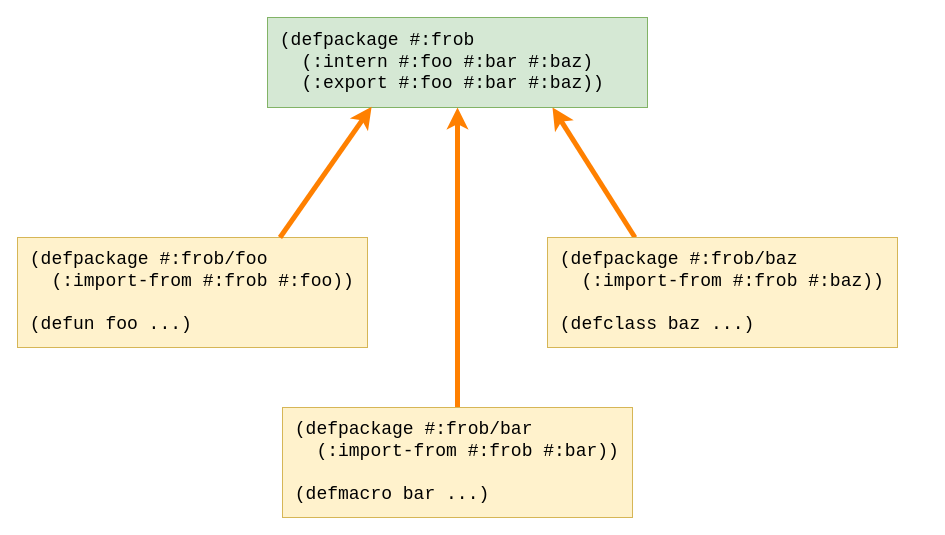
Above: page "implement" (2 of 2) of 2022-xx-xx-static-let/images.drawio in phoe/articles (draw.io), before the change. Source tidied: cells renumbered, new cells numbered last; positions are measured from the earlier drawing's top-left corner, leaving out a move shared by most shapes. Both pictures are drawn from the tidied source at 100%, with x=0, y=0 at pixel (17, 17).
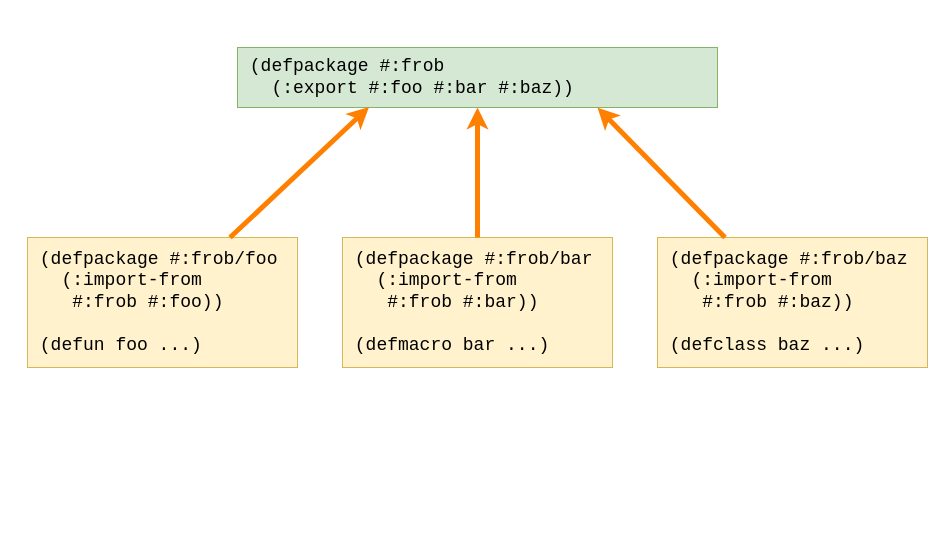
The same page after the edit.

What changed in the source:
```diff
@@
 <mxGraphModel>
   <root>
-    <mxCell id="0" />
-    <mxCell id="1" parent="0" />
-    <mxCell id="2" value="&lt;div style=&quot;font-size: 18px&quot;&gt;&amp;nbsp;(defpackage #:frob&lt;/div&gt;&lt;div style=&quot;font-size: 18px&quot;&gt;&amp;nbsp;&amp;nbsp; (:intern #:foo #:bar #:baz)&lt;div style=&quot;font-size: 18px&quot;&gt;&amp;nbsp;&amp;nbsp; (:export #:foo #:bar #:baz))&lt;/div&gt;&lt;/div&gt;" style="rounded=0;whiteSpace=wrap;html=1;align=left;fontFamily=Courier New;fontStyle=0;fontSize=18;fillColor=#d5e8d4;strokeColor=#82b366;" parent="1" vertex="1">
-      <mxGeometry x="250" width="380" height="90" as="geometry" />
-    </mxCell>
+    <mxCell id="9" />
+    <mxCell id="10" parent="9" />
+    <mxCell id="11" value="&lt;div style=&quot;font-size: 18px&quot;&gt;&amp;nbsp;(defpackage #:frob&lt;br&gt;&lt;div style=&quot;font-size: 18px&quot;&gt;&amp;nbsp;&amp;nbsp; (:export #:foo #:bar #:baz))&lt;/div&gt;&lt;/div&gt;" style="rounded=0;whiteSpace=wrap;html=1;align=left;fontFamily=Courier New;fontStyle=0;fontSize=18;fillColor=#d5e8d4;strokeColor=#82b366;" parent="10" vertex="1">
+      <mxGeometry x="220" y="30" width="480" height="60" as="geometry" />
+    </mxCell>
-    <mxCell id="3" value="&lt;div style=&quot;font-size: 18px&quot;&gt;&amp;nbsp;(defpackage #:frob/foo&lt;/div&gt;&lt;div style=&quot;font-size: 18px&quot;&gt;&amp;nbsp;&amp;nbsp; (:import-from #:frob #:foo))&lt;div style=&quot;font-size: 18px&quot;&gt;&lt;br&gt;&lt;/div&gt;&lt;div style=&quot;font-size: 18px&quot;&gt;&amp;nbsp;(defun foo ...)&lt;br&gt;&lt;/div&gt;&lt;/div&gt;" style="rounded=0;whiteSpace=wrap;html=1;align=left;fontFamily=Courier New;fontStyle=0;fontSize=18;fillColor=#fff2cc;strokeColor=#d6b656;" parent="1" vertex="1">
-      <mxGeometry y="220" width="350" height="110" as="geometry" />
+    <mxCell id="3" value="&lt;div style=&quot;font-size: 18px&quot;&gt;&amp;nbsp;(defpackage #:frob/foo&lt;div style=&quot;font-size: 18px&quot;&gt;&amp;nbsp;&amp;nbsp; (:import-from&lt;/div&gt;&lt;div style=&quot;font-size: 18px&quot;&gt;&amp;nbsp;&amp;nbsp;&amp;nbsp; #:frob #:foo))&lt;/div&gt;&lt;div style=&quot;font-size: 18px&quot;&gt;&lt;br&gt;&lt;/div&gt;&lt;div style=&quot;font-size: 18px&quot;&gt;&amp;nbsp;(defun foo ...)&lt;/div&gt;&lt;/div&gt;" style="rounded=0;whiteSpace=wrap;html=1;align=left;fontFamily=Courier New;fontStyle=0;fontSize=18;fillColor=#fff2cc;strokeColor=#d6b656;" parent="10" vertex="1">
+      <mxGeometry x="10" y="220" width="270" height="130" as="geometry" />
     </mxCell>
-    <mxCell id="4" style="endArrow=classic;html=1;rounded=0;fontFamily=Courier New;fontSize=18;entryX=0.5;entryY=1;entryDx=0;entryDy=0;exitX=0.5;exitY=0;exitDx=0;exitDy=0;strokeWidth=5;fontStyle=0;strokeColor=#FF8000;" parent="1" edge="1" source="7" target="2">
-      <mxGeometry relative="1" as="geometry" />
-    </mxCell>
-    <mxCell id="5" style="endArrow=classic;html=1;rounded=0;fontFamily=Courier New;fontSize=18;entryX=0.274;entryY=0.992;entryDx=0;entryDy=0;entryPerimeter=0;exitX=0.75;exitY=0;exitDx=0;exitDy=0;strokeWidth=5;fontStyle=0;strokeColor=#FF8000;" parent="1" edge="1" source="3" target="2">
-      <mxGeometry relative="1" as="geometry" />
-    </mxCell>
-    <mxCell id="6" style="endArrow=classic;html=1;rounded=0;fontFamily=Courier New;fontSize=18;entryX=0.75;entryY=1;entryDx=0;entryDy=0;exitX=0.25;exitY=0;exitDx=0;exitDy=0;strokeWidth=5;fontStyle=0;strokeColor=#FF8000;" parent="1" edge="1" source="8" target="2">
-      <mxGeometry relative="1" as="geometry" />
-    </mxCell>
-    <mxCell id="7" value="&lt;div style=&quot;font-size: 18px&quot;&gt;&amp;nbsp;(defpackage #:frob/bar&lt;/div&gt;&lt;div style=&quot;font-size: 18px&quot;&gt;&amp;nbsp;&amp;nbsp; (:import-from #:frob #:bar))&lt;div style=&quot;font-size: 18px&quot;&gt;&lt;br&gt;&lt;/div&gt;&lt;div style=&quot;font-size: 18px&quot;&gt;&amp;nbsp;(defmacro bar ...)&lt;br&gt;&lt;/div&gt;&lt;/div&gt;" style="rounded=0;whiteSpace=wrap;html=1;align=left;fontFamily=Courier New;fontStyle=0;fontSize=18;fillColor=#fff2cc;strokeColor=#d6b656;" parent="1" vertex="1">
-      <mxGeometry x="265" y="390" width="350" height="110" as="geometry" />
+    <mxCell id="7" value="&lt;div style=&quot;font-size: 18px&quot;&gt;&amp;nbsp;(defpackage #:frob/bar&lt;br&gt;&lt;div style=&quot;font-size: 18px&quot;&gt;&amp;nbsp;&amp;nbsp; (:import-from&lt;/div&gt;&lt;div style=&quot;font-size: 18px&quot;&gt;&amp;nbsp;&amp;nbsp;&amp;nbsp; #:frob #:bar))&lt;/div&gt;&lt;div style=&quot;font-size: 18px&quot;&gt;&lt;br&gt;&lt;/div&gt;&lt;div style=&quot;font-size: 18px&quot;&gt;&amp;nbsp;(defmacro bar ...)&lt;br&gt;&lt;/div&gt;&lt;/div&gt;" style="rounded=0;whiteSpace=wrap;html=1;align=left;fontFamily=Courier New;fontStyle=0;fontSize=18;fillColor=#fff2cc;strokeColor=#d6b656;" parent="10" vertex="1">
+      <mxGeometry x="325" y="220" width="270" height="130" as="geometry" />
     </mxCell>
-    <mxCell id="8" value="&lt;div style=&quot;font-size: 18px&quot;&gt;&amp;nbsp;(defpackage #:frob/baz&lt;/div&gt;&lt;div style=&quot;font-size: 18px&quot;&gt;&amp;nbsp;&amp;nbsp; (:import-from #:frob #:baz))&lt;div style=&quot;font-size: 18px&quot;&gt;&lt;br&gt;&lt;/div&gt;&lt;div style=&quot;font-size: 18px&quot;&gt;&amp;nbsp;(defclass baz ...)&lt;br&gt;&lt;/div&gt;&lt;/div&gt;" style="rounded=0;whiteSpace=wrap;html=1;align=left;fontFamily=Courier New;fontStyle=0;fontSize=18;fillColor=#fff2cc;strokeColor=#d6b656;" parent="1" vertex="1">
-      <mxGeometry x="530" y="220" width="350" height="110" as="geometry" />
+    <mxCell id="8" value="&lt;div style=&quot;font-size: 18px&quot;&gt;&amp;nbsp;(defpackage #:frob/baz&lt;br&gt;&lt;div style=&quot;font-size: 18px&quot;&gt;&amp;nbsp;&amp;nbsp; (:import-from&lt;/div&gt;&lt;div style=&quot;font-size: 18px&quot;&gt;&amp;nbsp;&amp;nbsp;&amp;nbsp; #:frob #:baz))&lt;/div&gt;&lt;/div&gt;&lt;div&gt;&lt;br&gt;&lt;/div&gt;&lt;div&gt;&amp;nbsp;(defclass baz ...)&lt;br&gt;&lt;/div&gt;" style="rounded=0;whiteSpace=wrap;html=1;align=left;fontFamily=Courier New;fontStyle=0;fontSize=18;fillColor=#fff2cc;strokeColor=#d6b656;" parent="10" vertex="1">
+      <mxGeometry x="640" y="220" width="270" height="130" as="geometry" />
     </mxCell>
+    <mxCell id="12" style="endArrow=classic;html=1;rounded=0;fontFamily=Courier New;fontSize=18;entryX=0.5;entryY=1;entryDx=0;entryDy=0;exitX=0.5;exitY=0;exitDx=0;exitDy=0;strokeWidth=5;fontStyle=0;strokeColor=#FF8000;" parent="10" edge="1" source="7" target="11">
+      <mxGeometry relative="1" as="geometry" />
+    </mxCell>
+    <mxCell id="13" style="endArrow=classic;html=1;rounded=0;fontFamily=Courier New;fontSize=18;entryX=0.274;entryY=0.992;entryDx=0;entryDy=0;entryPerimeter=0;exitX=0.75;exitY=0;exitDx=0;exitDy=0;strokeWidth=5;fontStyle=0;strokeColor=#FF8000;" parent="10" edge="1" source="3" target="11">
+      <mxGeometry relative="1" as="geometry" />
+    </mxCell>
+    <mxCell id="14" style="endArrow=classic;html=1;rounded=0;fontFamily=Courier New;fontSize=18;entryX=0.75;entryY=1;entryDx=0;entryDy=0;exitX=0.25;exitY=0;exitDx=0;exitDy=0;strokeWidth=5;fontStyle=0;strokeColor=#FF8000;" parent="10" edge="1" source="8" target="11">
+      <mxGeometry relative="1" as="geometry" />
+    </mxCell>
   </root>
 </mxGraphModel>
```
